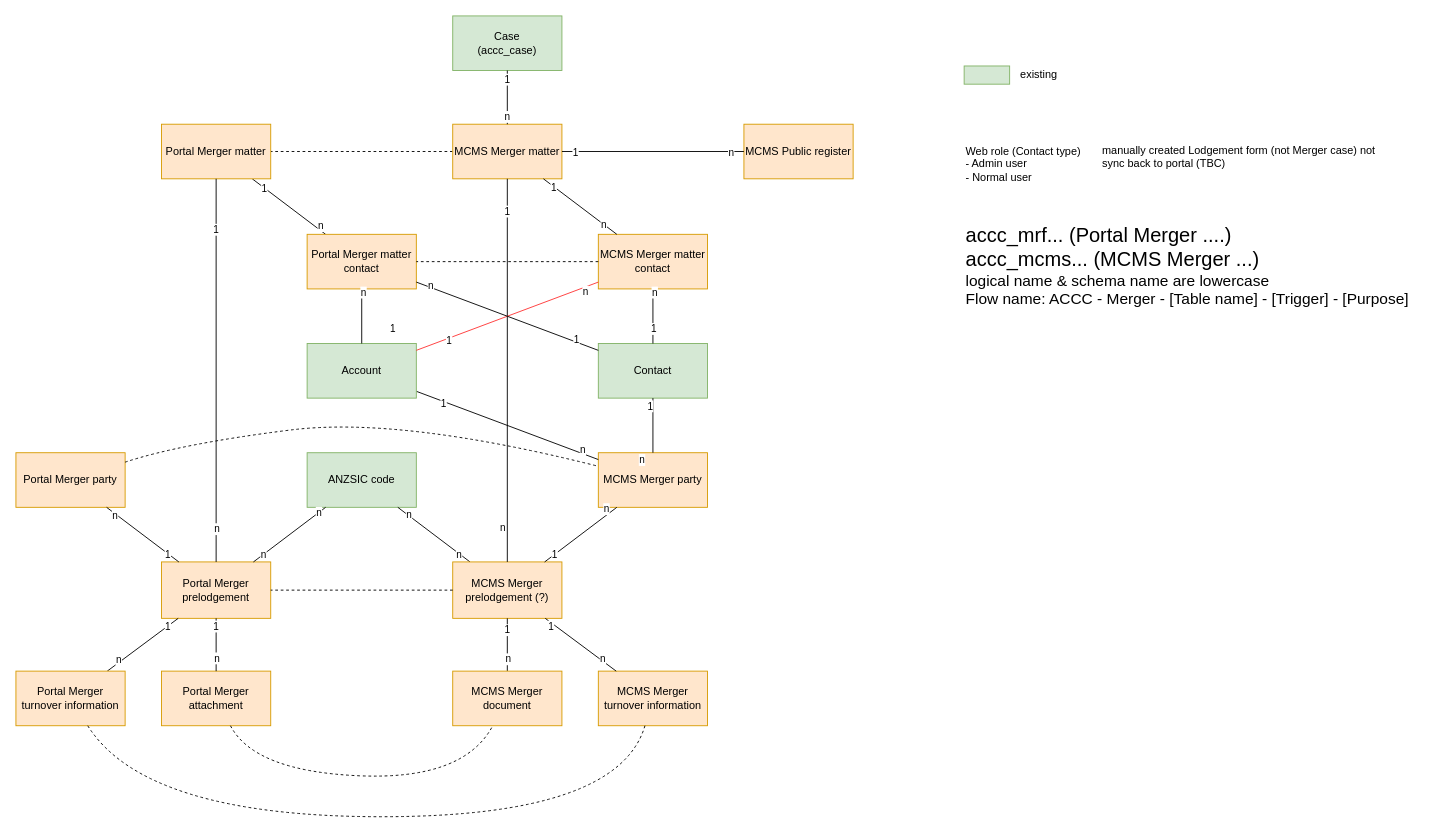
Above: page "Entities v3" (11 of 13) of Merger.drawio in danieldotskc/helloworld (draw.io), before the change. Source tidied: cells renumbered, new cells numbered last; positions are measured from the earlier drawing's top-left corner, leaving out a move shared by most shapes. Both pictures are drawn from the tidied source at 91%, with x=0, y=0 at pixel (15, 15).
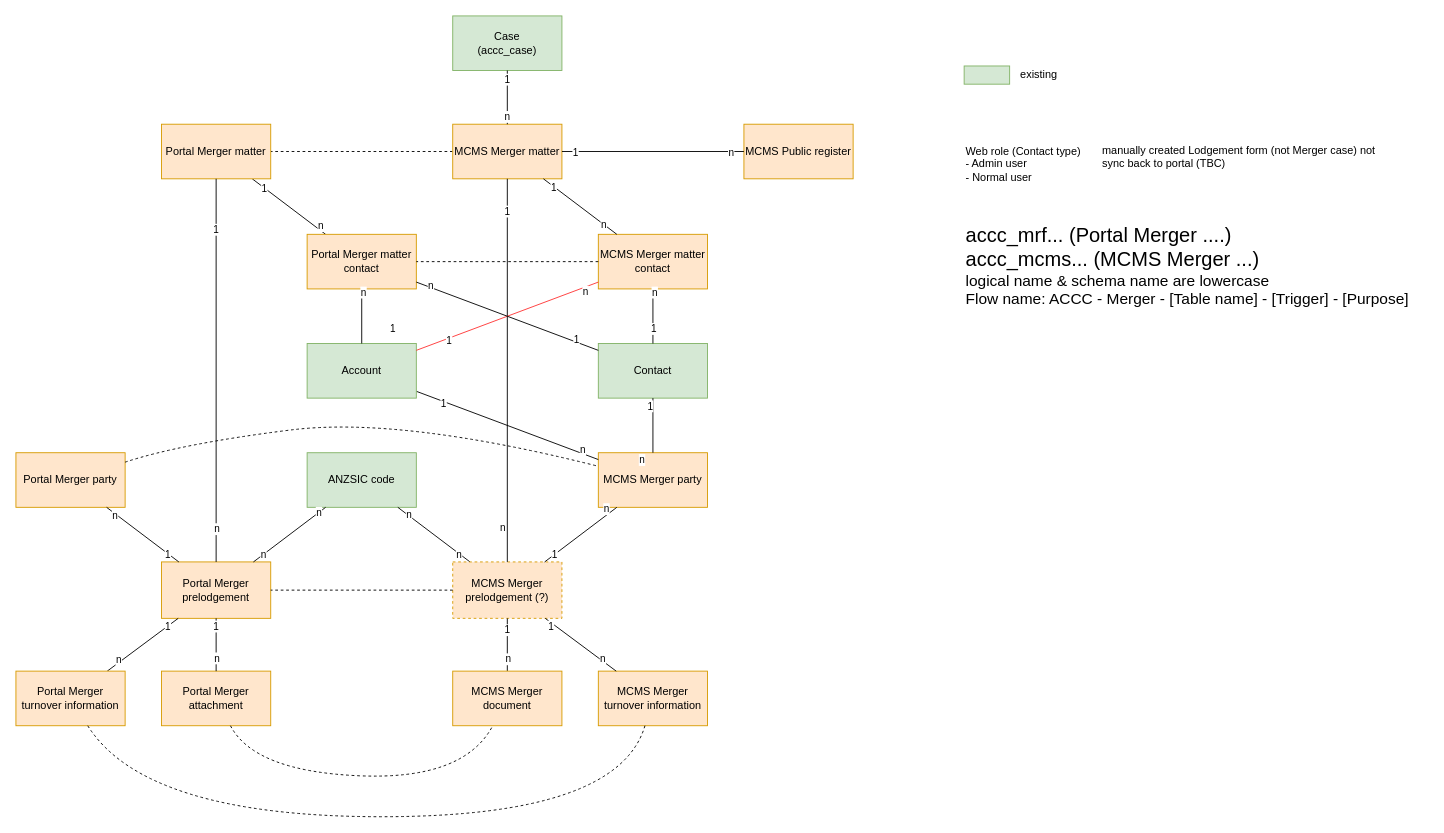
The same page after the edit.

What changed in the source:
```diff
@@
-    <mxCell id="19" value="&lt;span style=&quot;font-style: normal;&quot;&gt;MCMS Merger&lt;/span&gt;&lt;div&gt;&lt;span style=&quot;font-style: normal;&quot;&gt;prelodgement (?)&lt;/span&gt;&lt;/div&gt;" style="rounded=0;whiteSpace=wrap;html=1;labelPosition=center;verticalLabelPosition=middle;align=center;verticalAlign=middle;strokeWidth=1;fontStyle=2;fillColor=#ffe6cc;strokeColor=#d79b00;" parent="1" vertex="1">
+    <mxCell id="19" value="&lt;span style=&quot;font-style: normal;&quot;&gt;MCMS Merger&lt;/span&gt;&lt;div&gt;&lt;span style=&quot;font-style: normal;&quot;&gt;prelodgement (?)&lt;/span&gt;&lt;/div&gt;" style="rounded=0;whiteSpace=wrap;html=1;labelPosition=center;verticalLabelPosition=middle;align=center;verticalAlign=middle;strokeWidth=1;fontStyle=2;fillColor=#ffe6cc;strokeColor=#d79b00;dashed=1;" parent="1" vertex="1">
       <mxGeometry x="480" y="600" width="120" height="62" as="geometry" />
     </mxCell>
```
